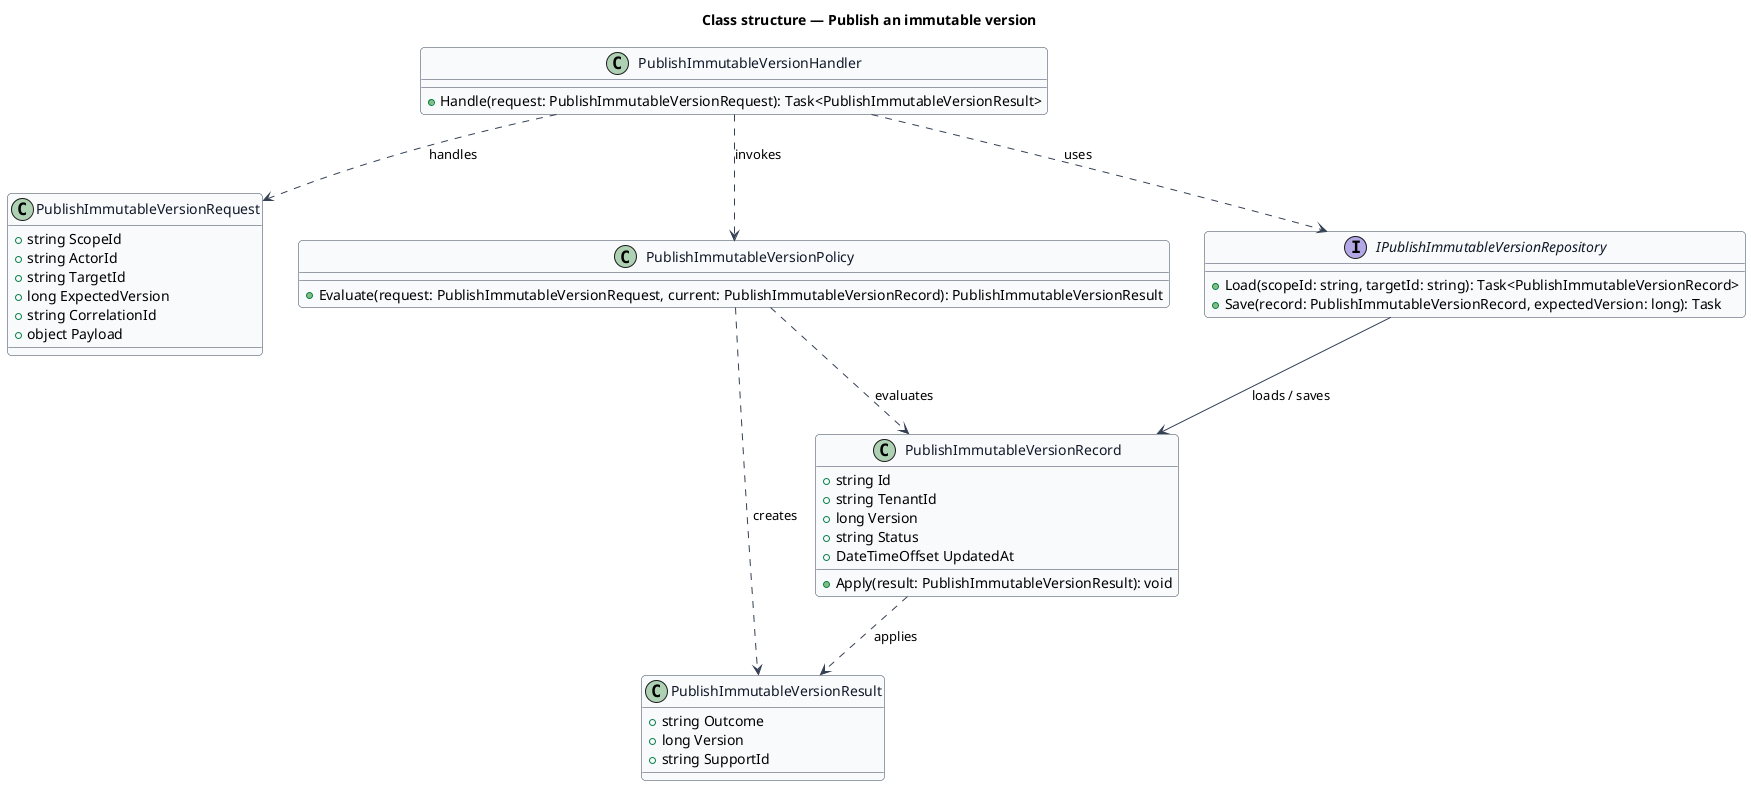
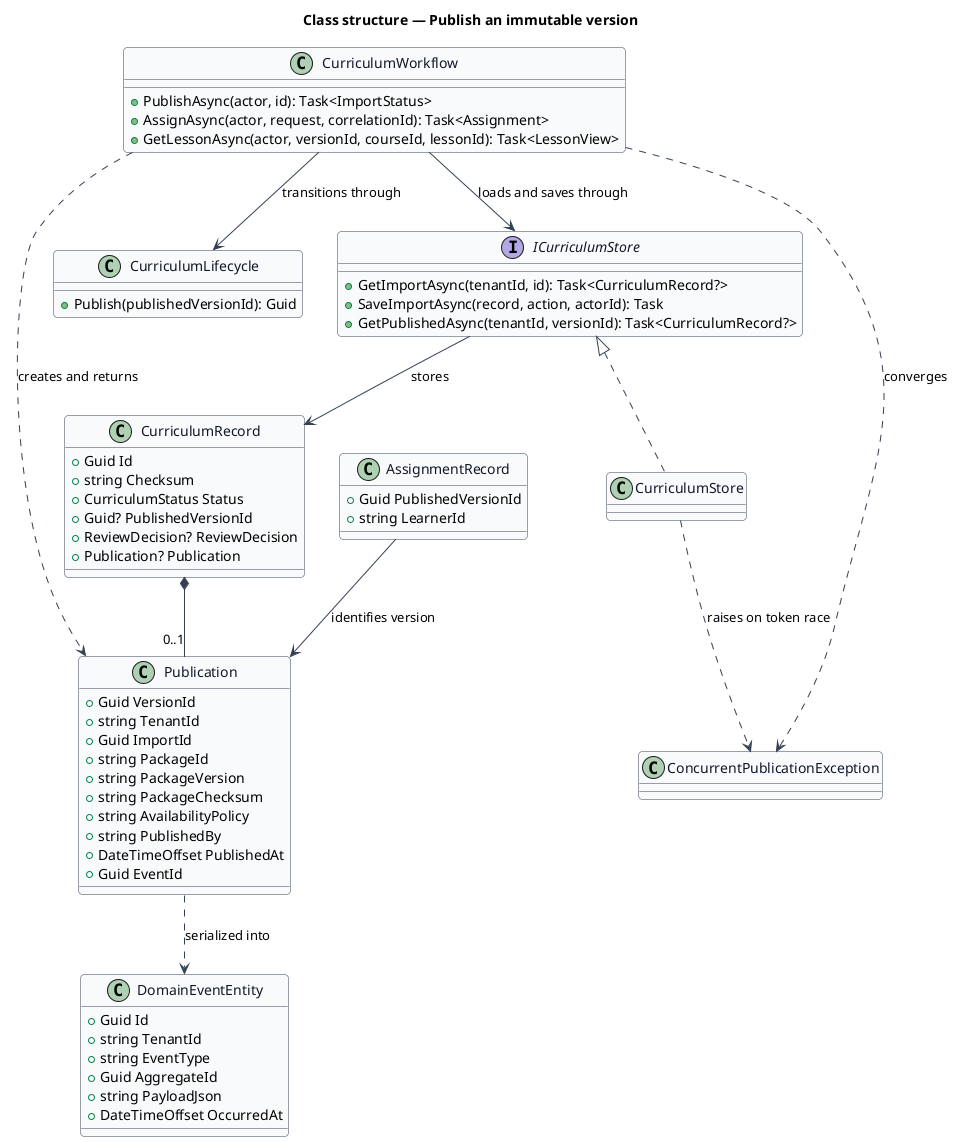
@startuml
skinparam backgroundColor #FFFFFF
skinparam shadowing false
skinparam roundcorner 8
skinparam defaultFontName Arial
skinparam ArrowColor #344054
skinparam class {
  BorderColor #344054
  FontColor #101828
  BackgroundColor #F9FAFB
}
title Class structure — Publish an immutable version

- class PublishImmutableVersionRequest {
-   +string ScopeId
-   +string ActorId
-   +string TargetId
-   +long ExpectedVersion
-   +string CorrelationId
-   +object Payload
+ class CurriculumWorkflow {
+   +PublishAsync(actor, id): Task<ImportStatus>
+   +AssignAsync(actor, request, correlationId): Task<Assignment>
+   +GetLessonAsync(actor, versionId, courseId, lessonId): Task<LessonView>
}

- class PublishImmutableVersionResult {
-   +string Outcome
-   +long Version
-   +string SupportId
+ class Publication {
+   +Guid VersionId
+   +string TenantId
+   +Guid ImportId
+   +string PackageId
+   +string PackageVersion
+   +string PackageChecksum
+   +string AvailabilityPolicy
+   +string PublishedBy
+   +DateTimeOffset PublishedAt
+   +Guid EventId
}

- class PublishImmutableVersionRecord {
-   +string Id
-   +string TenantId
-   +long Version
-   +string Status
-   +DateTimeOffset UpdatedAt
-   +Apply(result: PublishImmutableVersionResult): void
+ class CurriculumRecord {
+   +Guid Id
+   +string Checksum
+   +CurriculumStatus Status
+   +Guid? PublishedVersionId
+   +ReviewDecision? ReviewDecision
+   +Publication? Publication
}

- class PublishImmutableVersionPolicy {
-   +Evaluate(request: PublishImmutableVersionRequest, current: PublishImmutableVersionRecord): PublishImmutableVersionResult
+ class DomainEventEntity {
+   +Guid Id
+   +string TenantId
+   +string EventType
+   +Guid AggregateId
+   +string PayloadJson
+   +DateTimeOffset OccurredAt
}

- interface IPublishImmutableVersionRepository {
-   +Load(scopeId: string, targetId: string): Task<PublishImmutableVersionRecord>
-   +Save(record: PublishImmutableVersionRecord, expectedVersion: long): Task
+ class AssignmentRecord {
+   +Guid PublishedVersionId
+   +string LearnerId
}

- class PublishImmutableVersionHandler {
-   +Handle(request: PublishImmutableVersionRequest): Task<PublishImmutableVersionResult>
+ class CurriculumLifecycle {
+   +Publish(publishedVersionId): Guid
}

- PublishImmutableVersionHandler ..> PublishImmutableVersionRequest : handles
- PublishImmutableVersionHandler ..> PublishImmutableVersionPolicy : invokes
- PublishImmutableVersionHandler ..> IPublishImmutableVersionRepository : uses
- IPublishImmutableVersionRepository --> PublishImmutableVersionRecord : loads / saves
- PublishImmutableVersionPolicy ..> PublishImmutableVersionRecord : evaluates
- PublishImmutableVersionPolicy ..> PublishImmutableVersionResult : creates
- PublishImmutableVersionRecord ..> PublishImmutableVersionResult : applies
+ interface ICurriculumStore {
+   +GetImportAsync(tenantId, id): Task<CurriculumRecord?>
+   +SaveImportAsync(record, action, actorId): Task
+   +GetPublishedAsync(tenantId, versionId): Task<CurriculumRecord?>
+ }
+ 
+ class CurriculumStore
+ class ConcurrentPublicationException
+ 
+ CurriculumWorkflow ..> Publication : creates and returns
+ CurriculumWorkflow --> CurriculumLifecycle : transitions through
+ CurriculumWorkflow --> ICurriculumStore : loads and saves through
+ ICurriculumStore <|.. CurriculumStore
+ CurriculumStore ..> ConcurrentPublicationException : raises on token race
+ CurriculumWorkflow ..> ConcurrentPublicationException : converges
+ CurriculumRecord *-- "0..1" Publication
+ Publication ..> DomainEventEntity : serialized into
+ AssignmentRecord --> Publication : identifies version
+ ICurriculumStore --> CurriculumRecord : stores
@enduml
